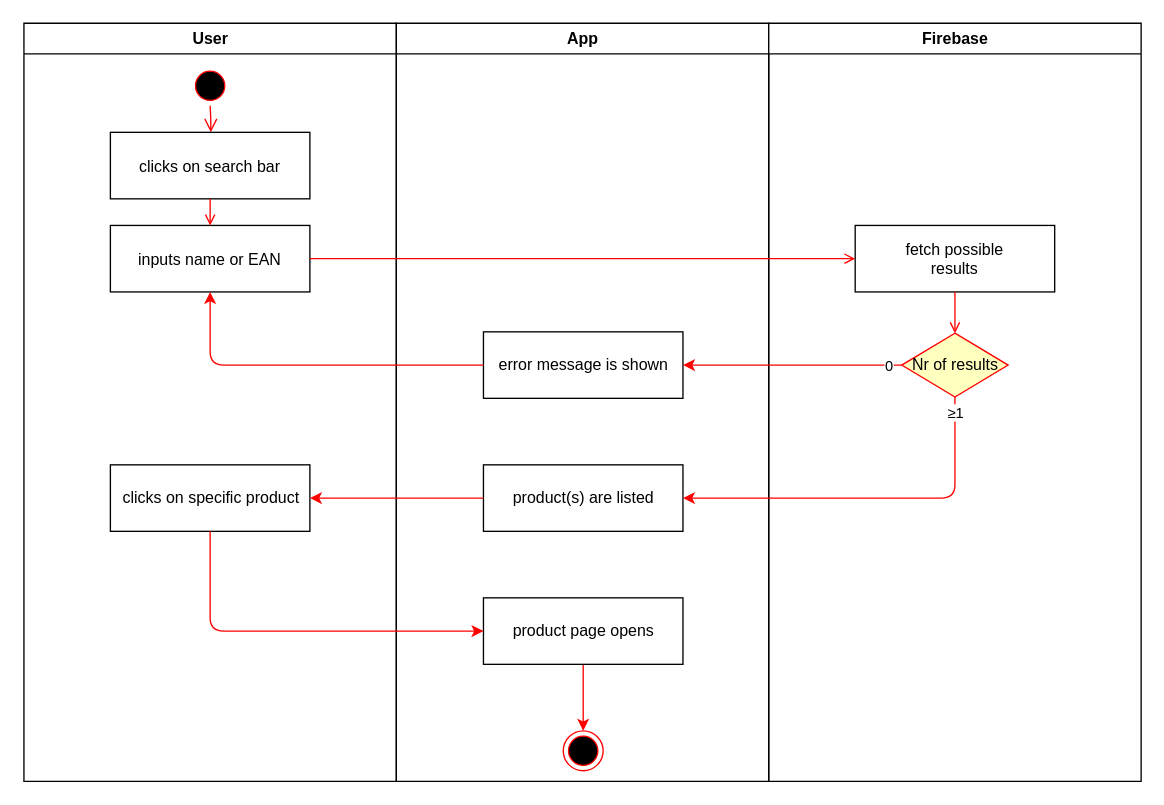
The draw.io diagram use_cases/UC1_Searchbar.drawio in TeamNewtry/NewtryDocumentation, before the edit. Source tidied: cells renumbered, new cells numbered last; positions are measured from the earlier drawing's top-left corner, leaving out a move shared by most shapes. Both pictures are drawn from the tidied source at 133%, with x=0, y=0 at pixel (23, 23).
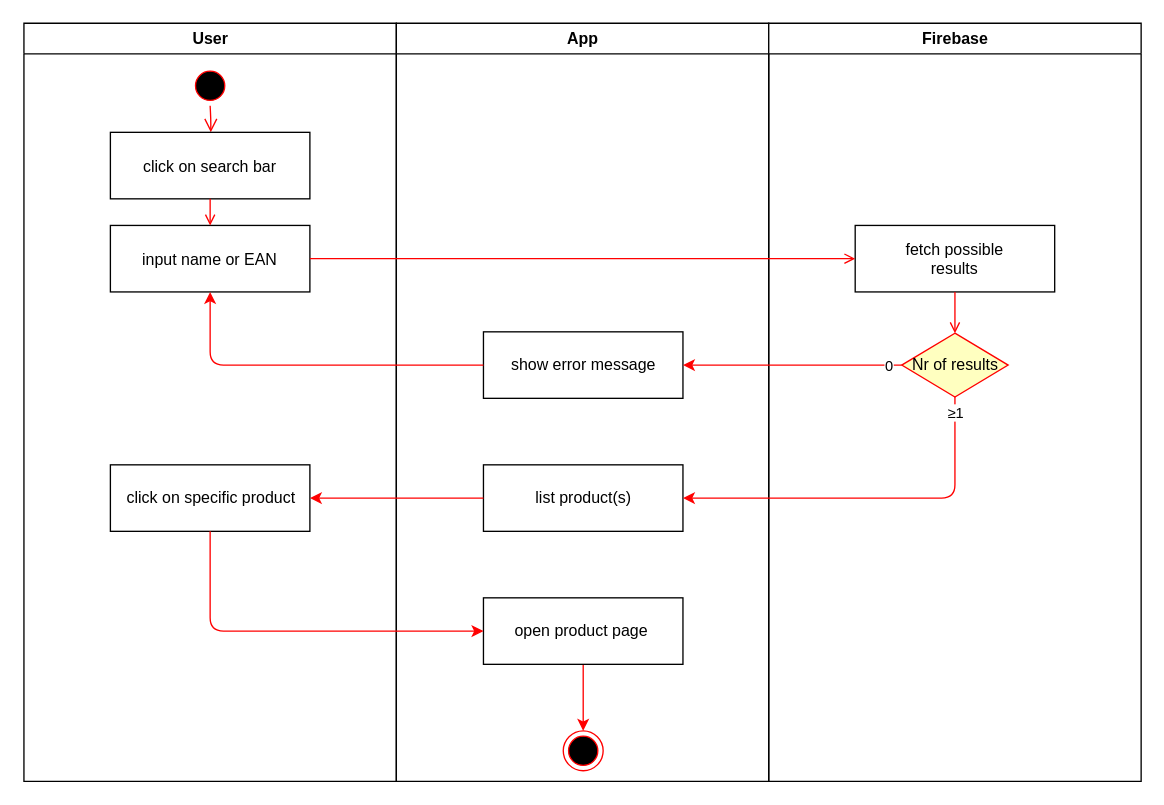
Above is the later version.

Unchanged cells that the change refers to:
```xml
<mxCell id="2" value="User" style="swimlane;whiteSpace=wrap;" parent="1" vertex="1">
  <mxGeometry x="0.5" width="280" height="570" as="geometry" />
</mxCell>
<mxCell id="9" value="App" style="swimlane;whiteSpace=wrap;startSize=23;" parent="1" vertex="1">
  <mxGeometry x="280.5" width="280" height="570" as="geometry" />
</mxCell>
```

Change to the diagram source:
```diff
@@
-    <mxCell id="5" value="clicks on search bar" parent="2" vertex="1">
+    <mxCell id="5" value="click on search bar" parent="2" vertex="1">
       <mxGeometry x="65" y="82" width="150" height="50" as="geometry" />
     </mxCell>
-    <mxCell id="6" value="inputs name or EAN" parent="2" vertex="1">
+    <mxCell id="6" value="input name or EAN" parent="2" vertex="1">
       <mxGeometry x="65" y="152" width="150" height="50" as="geometry" />
     </mxCell>
@@
-    <mxCell id="8" value="clicks on specific product" style="html=1;" parent="2" vertex="1">
+    <mxCell id="8" value="click on specific product" style="html=1;" parent="2" vertex="1">
       <mxGeometry x="65" y="332" width="150" height="50" as="geometry" />
     </mxCell>
@@
-    <mxCell id="10" value="product(s) are listed" style="html=1;" parent="9" vertex="1">
+    <mxCell id="10" value="list product(s)" style="html=1;" parent="9" vertex="1">
       <mxGeometry x="65.5" y="332" width="150" height="50" as="geometry" />
     </mxCell>
-    <mxCell id="11" value="error message is shown" style="html=1;" parent="9" vertex="1">
+    <mxCell id="11" value="show error message" style="html=1;" parent="9" vertex="1">
       <mxGeometry x="65.5" y="232" width="150" height="50" as="geometry" />
     </mxCell>
@@
-    <mxCell id="14" value="product page opens" style="html=1;" parent="9" vertex="1">
+    <mxCell id="14" value="open product page&amp;nbsp;" style="html=1;" parent="9" vertex="1">
       <mxGeometry x="65.5" y="432" width="150" height="50" as="geometry" />
     </mxCell>
```
